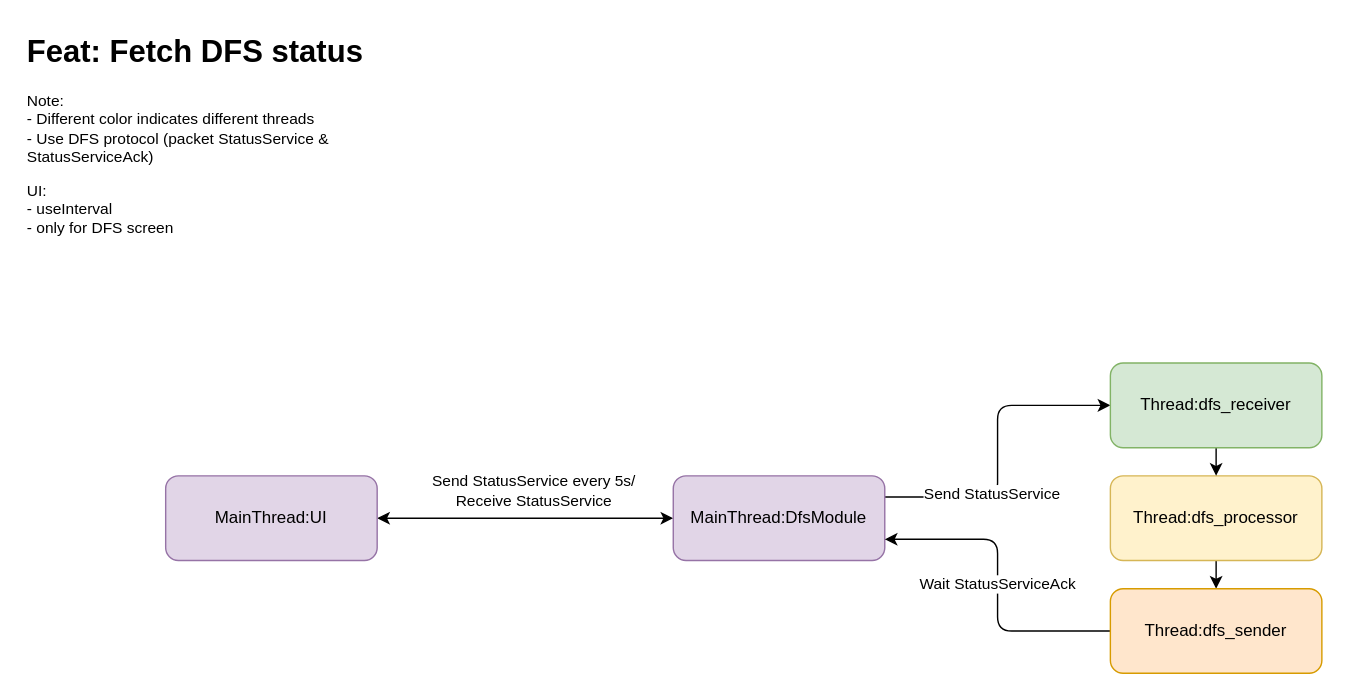
The draw.io diagram page "feat/fetch-status" (4 of 7) of front-end/design.drawio in hoanghl/xbutler-document, before the edit. Source tidied: cells renumbered, new cells numbered last; positions are measured from the earlier drawing's top-left corner, leaving out a move shared by most shapes. Both pictures are drawn from the tidied source at 141%, with x=0, y=0 at pixel (24, 24).
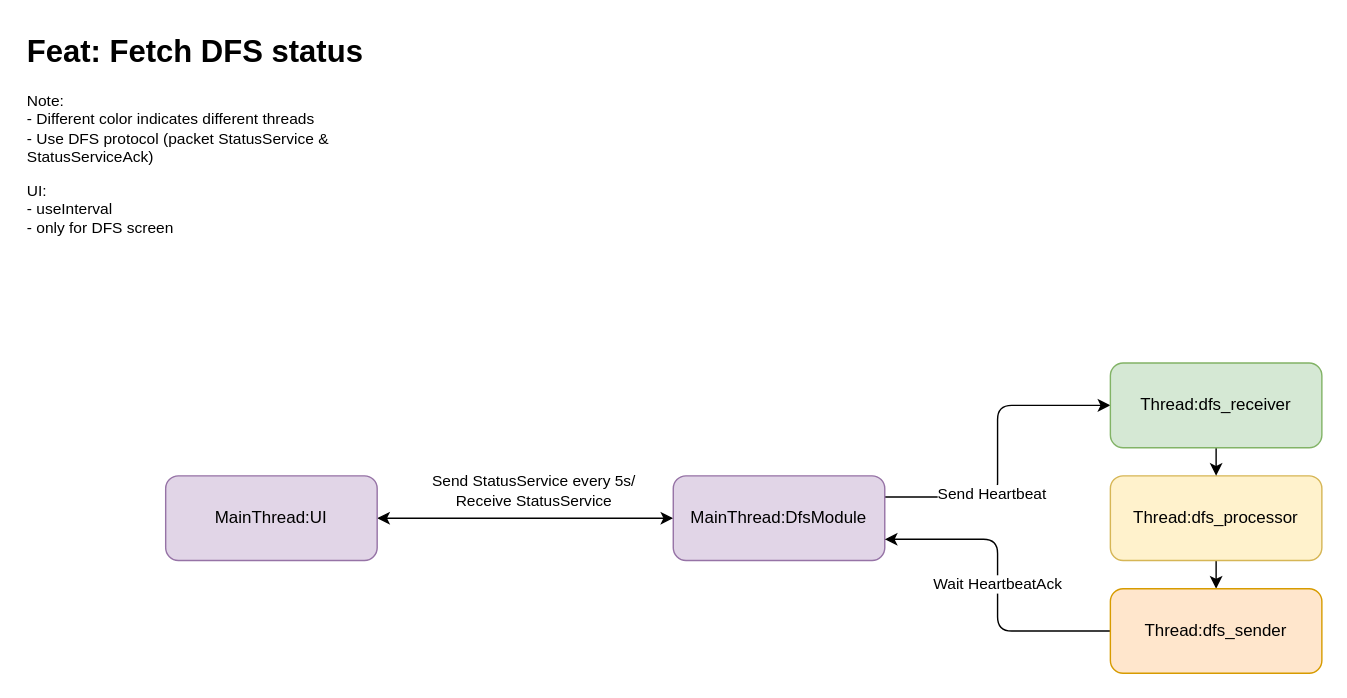
After the change.

The edit, as a diff of the source:
```diff
@@
 <mxGraphModel>
   <root>
     <mxCell id="0" />
     <mxCell id="1" parent="0" />
     <mxCell id="2" style="edgeStyle=orthogonalEdgeStyle;rounded=1;jettySize=auto;html=1;exitX=1;exitY=0.5;exitDx=0;exitDy=0;strokeWidth=1;curved=0;startArrow=classic;startFill=1;entryX=0;entryY=0.5;entryDx=0;entryDy=0;" parent="1" edge="1" source="4" target="10">
       <mxGeometry relative="1" as="geometry" />
     </mxCell>
     <mxCell id="3" value="Send StatusService every 5s/&lt;div&gt;Receive&amp;nbsp;&lt;span style=&quot;background-color: light-dark(#ffffff, var(--ge-dark-color, #121212)); color: light-dark(rgb(0, 0, 0), rgb(255, 255, 255));&quot;&gt;StatusService&lt;/span&gt;&lt;/div&gt;" style="edgeLabel;html=1;align=center;verticalAlign=middle;" parent="2" vertex="1">
       <mxGeometry x="-0.31" y="1" relative="1" as="geometry">
         <mxPoint x="38" y="-19" as="offset" />
       </mxGeometry>
     </mxCell>
     <mxCell id="4" value="MainThread:UI" style="rounded=1;whiteSpace=wrap;html=1;strokeWidth=1;fillColor=#e1d5e7;strokeColor=#9673a6;" parent="1" vertex="1">
       <mxGeometry x="100" y="320" width="150" height="60" as="geometry" />
     </mxCell>
     <mxCell id="5" style="edgeStyle=orthogonalEdgeStyle;shape=connector;curved=0;rounded=1;jettySize=auto;html=1;exitX=0.5;exitY=1;exitDx=0;exitDy=0;entryX=0.5;entryY=0;entryDx=0;entryDy=0;strokeColor=default;align=center;verticalAlign=middle;fontFamily=Helvetica;fontSize=11;fontColor=default;labelBackgroundColor=default;endArrow=classic;" parent="1" edge="1" source="6" target="14">
       <mxGeometry relative="1" as="geometry" />
     </mxCell>
     <mxCell id="6" value="Thread:dfs_processor" style="rounded=1;whiteSpace=wrap;html=1;strokeWidth=1;fillColor=#fff2cc;strokeColor=#d6b656;" parent="1" vertex="1">
       <mxGeometry x="770" y="320" width="150" height="60" as="geometry" />
     </mxCell>
     <mxCell id="7" value="&lt;h1 style=&quot;margin-top: 0px;&quot;&gt;Feat: Fetch DFS status&lt;/h1&gt;&lt;p&gt;Note:&lt;br&gt;- Different color indicates different threads&lt;br&gt;- Use DFS protocol (packet StatusService &amp;amp; StatusServiceAck)&lt;/p&gt;&lt;p&gt;UI:&lt;br&gt;&lt;span style=&quot;background-color: light-dark(#ffffff, var(--ge-dark-color, #121212)); color: light-dark(rgb(0, 0, 0), rgb(255, 255, 255));&quot;&gt;- useInterval&lt;br&gt;&lt;/span&gt;&lt;span style=&quot;background-color: light-dark(#ffffff, var(--ge-dark-color, #121212)); color: light-dark(rgb(0, 0, 0), rgb(255, 255, 255));&quot;&gt;- only for DFS screen&lt;/span&gt;&lt;/p&gt;" style="text;html=1;whiteSpace=wrap;overflow=hidden;rounded=0;fontFamily=Helvetica;fontSize=11;fontColor=default;labelBackgroundColor=default;" parent="1" vertex="1">
       <mxGeometry width="280" height="166" as="geometry" />
     </mxCell>
     <mxCell id="8" style="edgeStyle=orthogonalEdgeStyle;shape=connector;curved=0;rounded=1;jettySize=auto;html=1;exitX=1;exitY=0.25;exitDx=0;exitDy=0;entryX=0;entryY=0.5;entryDx=0;entryDy=0;strokeColor=default;align=center;verticalAlign=middle;fontFamily=Helvetica;fontSize=11;fontColor=default;labelBackgroundColor=default;endArrow=classic;" parent="1" edge="1" source="10" target="12">
       <mxGeometry relative="1" as="geometry" />
     </mxCell>
-    <mxCell id="9" value="Send StatusService" style="edgeLabel;html=1;align=center;verticalAlign=middle;fontFamily=Helvetica;fontSize=11;fontColor=default;labelBackgroundColor=default;" parent="8" vertex="1">
+    <mxCell id="9" value="Send Heartbeat" style="edgeLabel;html=1;align=center;verticalAlign=middle;fontFamily=Helvetica;fontSize=11;fontColor=default;labelBackgroundColor=default;" parent="8" vertex="1">
       <mxGeometry x="-0.33" y="3" relative="1" as="geometry" />
     </mxCell>
     <mxCell id="10" value="MainThread:DfsModule" style="rounded=1;whiteSpace=wrap;html=1;strokeWidth=1;fillColor=#e1d5e7;strokeColor=#9673a6;" parent="1" vertex="1">
       <mxGeometry x="460" y="320" width="150" height="60" as="geometry" />
     </mxCell>
     <mxCell id="11" style="edgeStyle=orthogonalEdgeStyle;shape=connector;curved=0;rounded=1;jettySize=auto;html=1;exitX=0.5;exitY=1;exitDx=0;exitDy=0;entryX=0.5;entryY=0;entryDx=0;entryDy=0;strokeColor=default;align=center;verticalAlign=middle;fontFamily=Helvetica;fontSize=11;fontColor=default;labelBackgroundColor=default;endArrow=classic;" parent="1" edge="1" source="12" target="6">
       <mxGeometry relative="1" as="geometry" />
     </mxCell>
     <mxCell id="12" value="Thread:dfs_receiver" style="rounded=1;whiteSpace=wrap;html=1;strokeWidth=1;fillColor=#d5e8d4;strokeColor=#82b366;" parent="1" vertex="1">
       <mxGeometry x="770" y="240" width="150" height="60" as="geometry" />
     </mxCell>
-    <mxCell id="13" value="Wait StatusServiceAck" style="edgeStyle=orthogonalEdgeStyle;shape=connector;curved=0;rounded=1;jettySize=auto;html=1;exitX=0;exitY=0.5;exitDx=0;exitDy=0;entryX=1;entryY=0.75;entryDx=0;entryDy=0;strokeColor=default;align=center;verticalAlign=middle;fontFamily=Helvetica;fontSize=11;fontColor=default;labelBackgroundColor=default;endArrow=classic;" parent="1" edge="1" source="14" target="10">
+    <mxCell id="13" value="Wait HeartbeatAck" style="edgeStyle=orthogonalEdgeStyle;shape=connector;curved=0;rounded=1;jettySize=auto;html=1;exitX=0;exitY=0.5;exitDx=0;exitDy=0;entryX=1;entryY=0.75;entryDx=0;entryDy=0;strokeColor=default;align=center;verticalAlign=middle;fontFamily=Helvetica;fontSize=11;fontColor=default;labelBackgroundColor=default;endArrow=classic;" parent="1" edge="1" source="14" target="10">
       <mxGeometry relative="1" as="geometry" />
     </mxCell>
     <mxCell id="14" value="Thread:dfs_sender" style="rounded=1;whiteSpace=wrap;html=1;strokeWidth=1;fillColor=#ffe6cc;strokeColor=#d79b00;" parent="1" vertex="1">
       <mxGeometry x="770" y="400" width="150" height="60" as="geometry" />
     </mxCell>
   </root>
 </mxGraphModel>
```
